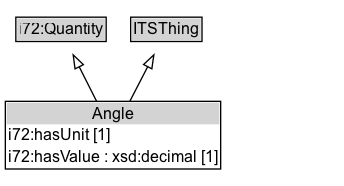
This is docs/diagrams/Angle.dot.png from ISO-TC204/ontology-its-core-v1, a Graphviz export, as it was before one commit. Its source is kept beside it as docs/diagrams/Angle.dot.
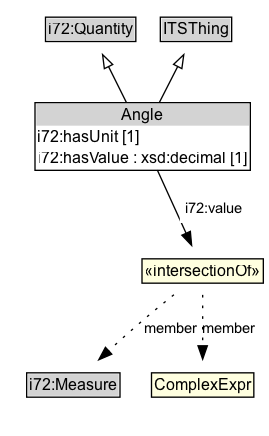
After the change.

Diff of the diagram source:
```diff
@@ -14,7 +14,16 @@
 	subgraph cluster_associated {
 		label="" style=invis
 		Invis [label=<<TABLE BORDER="0" CELLBORDER="0" CELLSPACING="0" CELLPADDING="1"><TR><TD></TD></TR></TABLE>> margin=0 style=invis]
+		i72_Measure [label=<<TABLE BORDER="1" CELLBORDER="0" CELLSPACING="0" CELLPADDING="1"><TR><TD BGCOLOR="lightgray" ALIGN="CENTER">i72:Measure</TD></TR></TABLE>> URL="https://w3id.org/itsdata/i72/v1/Measure" margin=0]
 	}
 	Angle -> i72_Quantity [arrowhead=onormal style=solid]
 	Angle -> ITSThing [arrowhead=onormal style=solid]
+	Angle -> Invis [style=invis]
+	Invis -> i72_Measure [style=invis]
+	ndc68c3ddb8a24710a1c0c38a2a6085beb2 [label=<<TABLE BORDER="1" CELLBORDER="0" CELLSPACING="0" CELLPADDING="1" BGCOLOR="lightyellow"><TR><TD ALIGN="CENTER">«intersectionOf»</TD></TR></TABLE>> margin=0]
+	i72_Measure [label=<<TABLE BORDER="1" CELLBORDER="0" CELLSPACING="0" CELLPADDING="1"><TR><TD BGCOLOR="lightgray" ALIGN="CENTER">i72:Measure</TD></TR></TABLE>> URL="https://w3id.org/itsdata/i72/v1/Measure" margin=0]
+	ndc68c3ddb8a24710a1c0c38a2a6085beb2 -> i72_Measure [label=member arrowhead=normal style=dotted]
+	ndc68c3ddb8a24710a1c0c38a2a6085beb3 [label=<<TABLE BORDER="1" CELLBORDER="0" CELLSPACING="0" CELLPADDING="1" BGCOLOR="lightyellow"><TR><TD ALIGN="CENTER">ComplexExpr</TD></TR></TABLE>> margin=0]
+	ndc68c3ddb8a24710a1c0c38a2a6085beb2 -> ndc68c3ddb8a24710a1c0c38a2a6085beb3 [label=member arrowhead=normal style=dotted]
+	Angle -> ndc68c3ddb8a24710a1c0c38a2a6085beb2 [label=<<TABLE BORDER="0" CELLBORDER="0" CELLSPACING="0" CELLPADDING="4" BGCOLOR="white"><TR><TD ALIGN="CENTER">i72:value</TD></TR></TABLE>> arrowhead=normal style=solid]
 }
```
